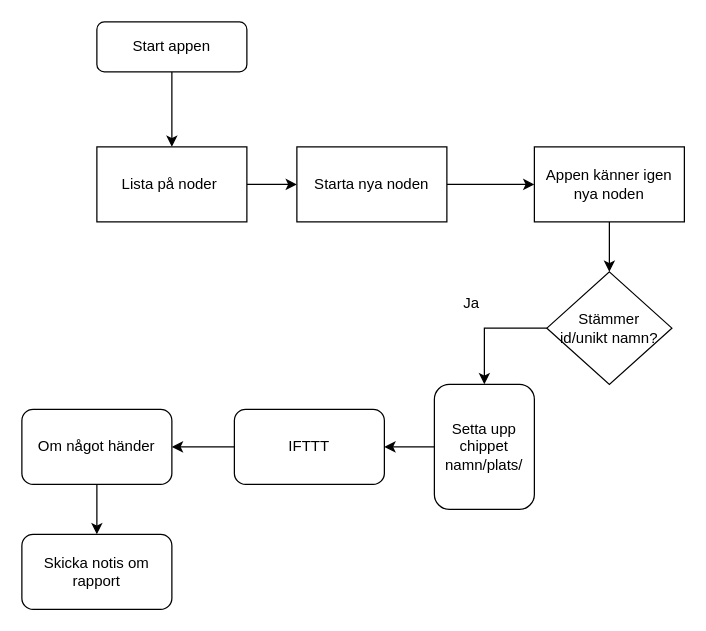
Above: Untitled Diagram.drawio in abodsakah/Team-5 (draw.io), before the change. Source tidied: cells renumbered, new cells numbered last; positions are measured from the earlier drawing's top-left corner, leaving out a move shared by most shapes. Both pictures are drawn from the tidied source at 125%, with x=0, y=0 at pixel (21, 21).
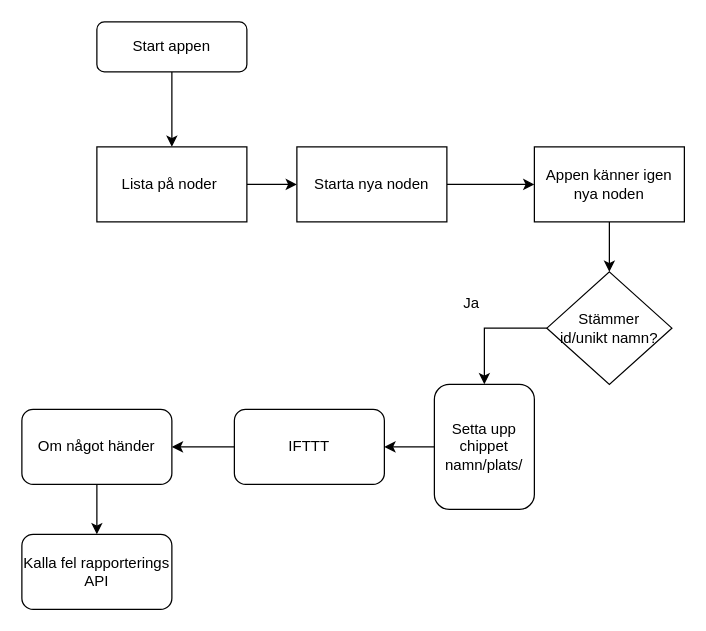
The same page after the edit.

Diff of the diagram source:
```diff
@@
-    <mxCell id="19" value="Skicka notis om rapport" style="rounded=1;whiteSpace=wrap;html=1;" parent="1" vertex="1">
+    <mxCell id="19" value="Kalla fel rapporterings API" style="rounded=1;whiteSpace=wrap;html=1;" parent="1" vertex="1">
       <mxGeometry y="410" width="120" height="60" as="geometry" />
     </mxCell>
```
